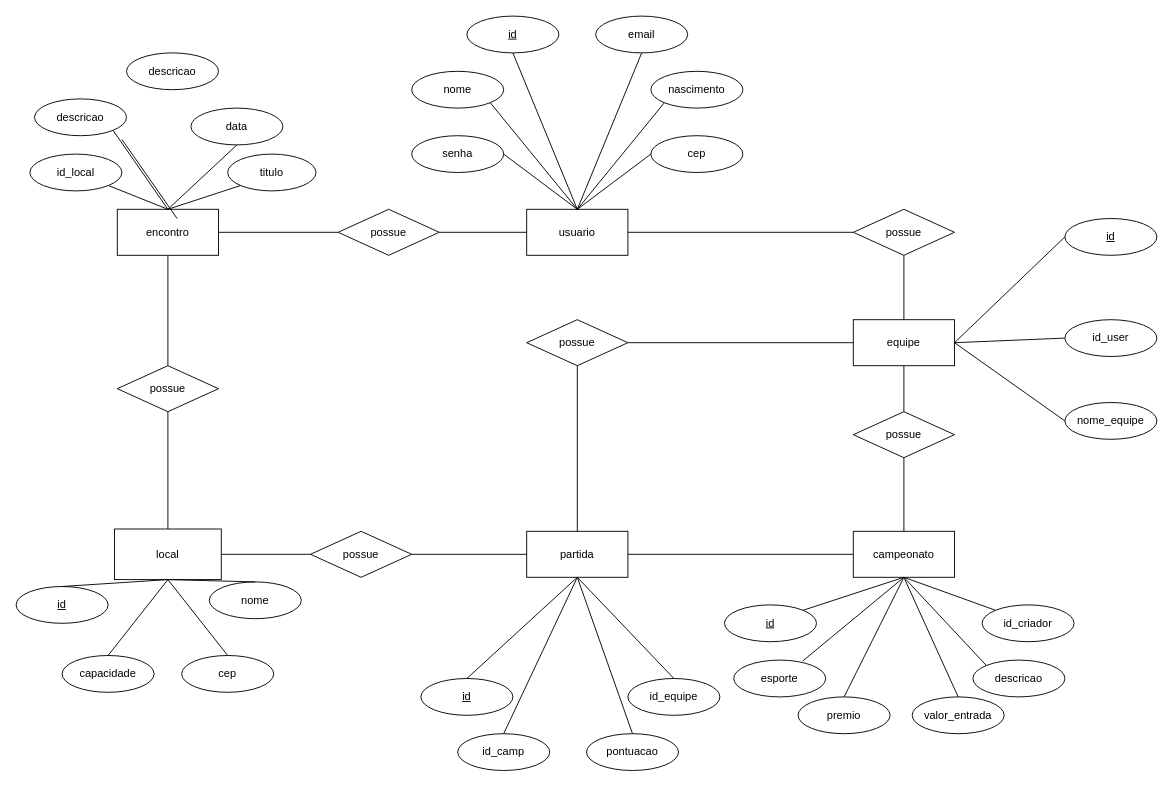
The draw.io diagram docs/draw/uml.drawio in batista29/tcc, before the edit. Source tidied: cells renumbered, new cells numbered last; positions are measured from the earlier drawing's top-left corner, leaving out a move shared by most shapes. Both pictures are drawn from the tidied source at 92%, with x=0, y=0 at pixel (16, 16).
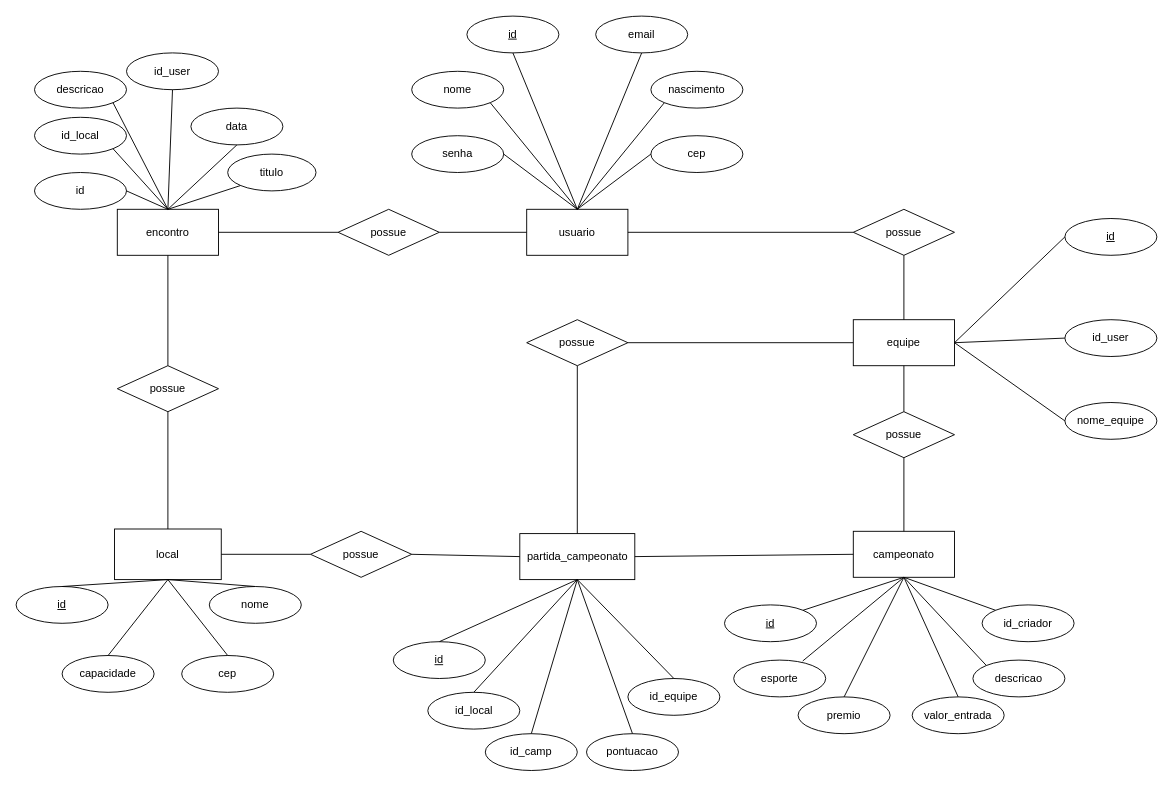
Above is the later version.

The change refers to these unchanged cells:
```xml
<mxCell id="55" value="encontro" style="rounded=0;whiteSpace=wrap;html=1;" parent="1" vertex="1">
  <mxGeometry x="110" y="210" width="110" height="50" as="geometry" />
</mxCell>
```

Change to the diagram source:
```diff
@@
-    <mxCell id="40" value="partida" style="rounded=0;whiteSpace=wrap;html=1;" parent="1" vertex="1">
-      <mxGeometry x="555" y="560" width="110" height="50" as="geometry" />
+    <mxCell id="40" value="partida_campeonato" style="rounded=0;whiteSpace=wrap;html=1;" parent="1" vertex="1">
+      <mxGeometry x="547.5" y="562.5" width="125" height="50" as="geometry" />
     </mxCell>
     <mxCell id="41" value="&lt;u&gt;id&lt;/u&gt;" style="ellipse;whiteSpace=wrap;html=1;align=center;" parent="1" vertex="1">
-      <mxGeometry x="440" y="720" width="100" height="40" as="geometry" />
+      <mxGeometry x="410" y="680" width="100" height="40" as="geometry" />
     </mxCell>
@@
     <mxCell id="48" value="nome" style="ellipse;whiteSpace=wrap;html=1;align=center;" parent="1" vertex="1">
-      <mxGeometry x="210" y="615" width="100" height="40" as="geometry" />
+      <mxGeometry x="210" y="620" width="100" height="40" as="geometry" />
     </mxCell>
@@
     <mxCell id="58" value="id_local" style="ellipse;whiteSpace=wrap;html=1;align=center;" parent="1" vertex="1">
-      <mxGeometry x="15" y="150" width="100" height="40" as="geometry" />
+      <mxGeometry x="20" y="110" width="100" height="40" as="geometry" />
     </mxCell>
     <mxCell id="59" value="descricao" style="ellipse;whiteSpace=wrap;html=1;align=center;" parent="1" vertex="1">
-      <mxGeometry x="20" y="90" width="100" height="40" as="geometry" />
+      <mxGeometry x="20" y="60" width="100" height="40" as="geometry" />
     </mxCell>
@@
     <mxCell id="77" value="id_camp" style="ellipse;whiteSpace=wrap;html=1;align=center;" parent="1" vertex="1">
-      <mxGeometry x="480" y="780" width="100" height="40" as="geometry" />
+      <mxGeometry x="510" y="780" width="100" height="40" as="geometry" />
     </mxCell>
@@
-    <mxCell id="81" value="descricao" style="ellipse;whiteSpace=wrap;html=1;align=center;" parent="1" vertex="1">
+    <mxCell id="81" value="id_user" style="ellipse;whiteSpace=wrap;html=1;align=center;" parent="1" vertex="1">
       <mxGeometry x="120" y="40" width="100" height="40" as="geometry" />
     </mxCell>
-    <mxCell id="82" style="endArrow=none;html=1;rounded=0;entryX=1;entryY=1;entryDx=0;entryDy=0;exitX=0.5;exitY=0;exitDx=0;exitDy=0;" parent="1" edge="1">
-      <mxGeometry relative="1" as="geometry">
-        <mxPoint x="175" y="220" as="sourcePoint" />
-        <mxPoint x="115" y="134" as="targetPoint" />
-      </mxGeometry>
+    <mxCell id="82" style="endArrow=none;html=1;rounded=0;entryX=0.5;entryY=1;entryDx=0;entryDy=0;exitX=0.5;exitY=0;exitDx=0;exitDy=0;" parent="1" edge="1" source="55" target="81">
+      <mxGeometry relative="1" as="geometry" />
     </mxCell>
+    <mxCell id="83" value="id" style="ellipse;whiteSpace=wrap;html=1;align=center;" parent="1" vertex="1">
+      <mxGeometry x="20" y="170" width="100" height="40" as="geometry" />
+    </mxCell>
+    <mxCell id="84" style="endArrow=none;html=1;rounded=0;exitX=1;exitY=0.5;exitDx=0;exitDy=0;entryX=0.5;entryY=0;entryDx=0;entryDy=0;" parent="1" edge="1" source="83" target="55">
+      <mxGeometry relative="1" as="geometry" />
+    </mxCell>
+    <mxCell id="85" value="id_local" style="ellipse;whiteSpace=wrap;html=1;align=center;" parent="1" vertex="1">
+      <mxGeometry x="447.5" y="735" width="100" height="40" as="geometry" />
+    </mxCell>
+    <mxCell id="86" style="endArrow=none;html=1;rounded=0;exitX=0.5;exitY=0;exitDx=0;exitDy=0;entryX=0.5;entryY=1;entryDx=0;entryDy=0;" parent="1" edge="1" source="85" target="40">
+      <mxGeometry relative="1" as="geometry" />
+    </mxCell>
```
